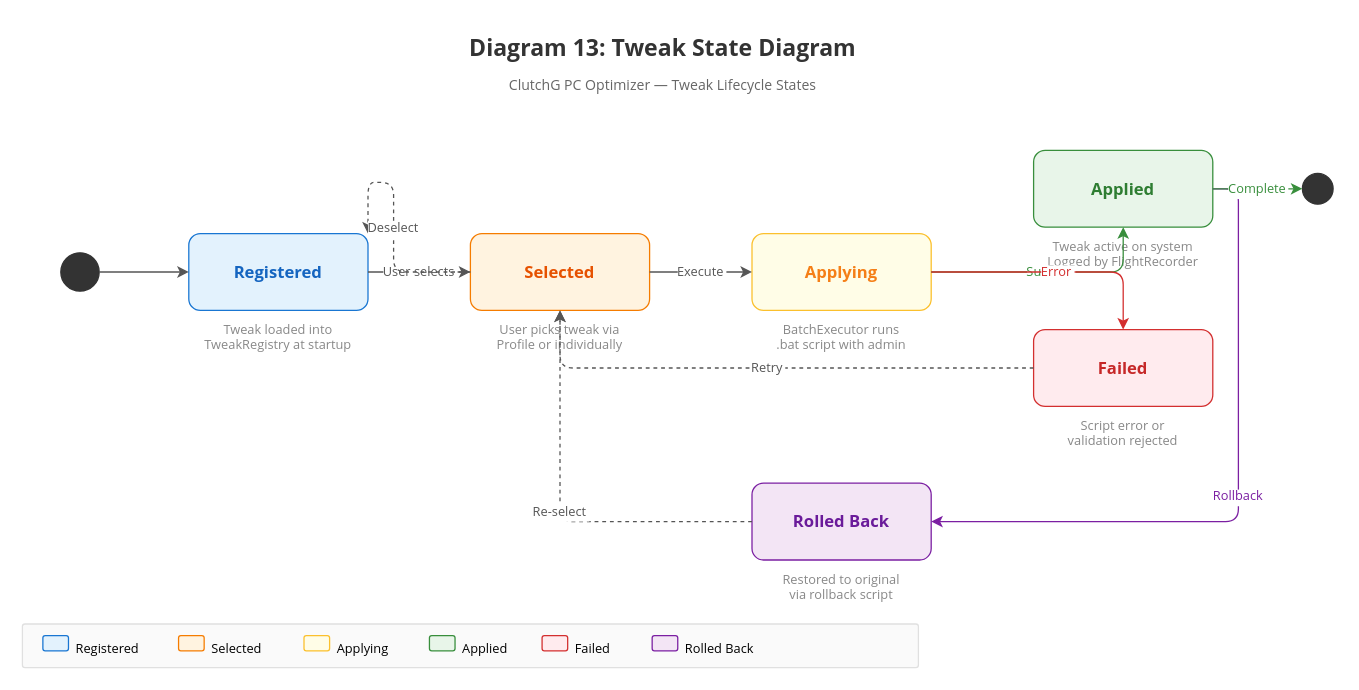
The draw.io diagram docs/diagrams/13-state-diagram.drawio in neckttiie090520/clutchg-pc-optimizer, before the edit. Source tidied: cells renumbered, new cells numbered last; positions are measured from the earlier drawing's top-left corner, leaving out a move shared by most shapes. Both pictures are drawn from the tidied source at 128%, with x=0, y=0 at pixel (22, 22).
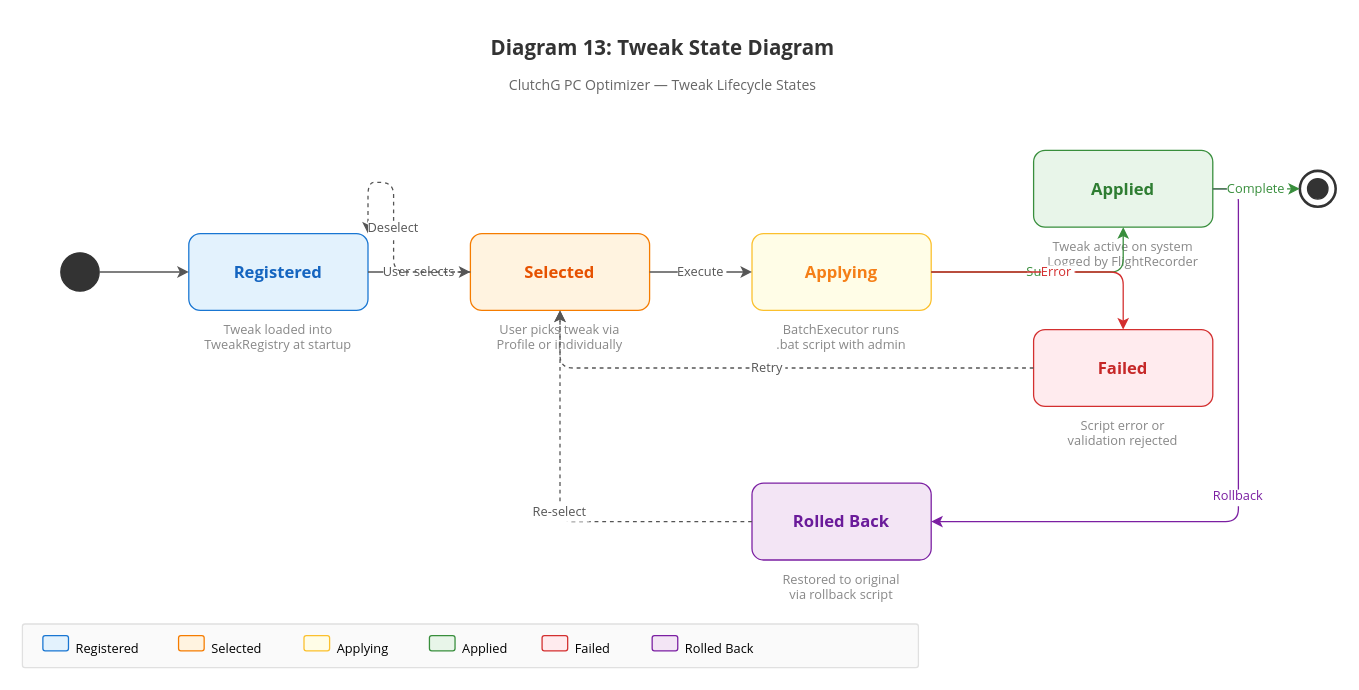
The same diagram, later.

The change refers to these unchanged cells:
```xml
<mxCell id="11" value="Applied" style="rounded=1;whiteSpace=wrap;fillColor=#E8F5E9;strokeColor=#388E3C;fontFamily=Segoe UI;fontSize=13;fontStyle=1;fontColor=#2E7D32;" parent="1" vertex="1">
  <mxGeometry x="790" y="100" width="140" height="60" as="geometry" />
</mxCell>
```

What changed in the source:
```diff
@@
-    <mxCell id="2" value="Diagram 13: Tweak State Diagram" style="text;html=1;fontSize=18;fontStyle=1;fontFamily=Segoe UI;align=center;verticalAlign=middle;fillColor=none;strokeColor=none;fontColor=#333333;" parent="1" vertex="1">
+    <mxCell id="2" value="Diagram 13: Tweak State Diagram" style="text;html=1;fontSize=16;fontStyle=1;fontFamily=Segoe UI;align=center;verticalAlign=middle;fillColor=none;strokeColor=none;fontColor=#333333;" parent="1" vertex="1">
       <mxGeometry x="320" width="360" height="40" as="geometry" />
     </mxCell>
@@
-    <mxCell id="26" style="ellipse;fillColor=#333333;strokeColor=#333333;" parent="1" vertex="1">
-      <mxGeometry x="1000" y="118" width="24" height="24" as="geometry" />
-    </mxCell>
+    <mxCell id="41" style="ellipse;fillColor=#FFFFFF;strokeColor=#333333;strokeWidth=2;" parent="1" vertex="1">
+      <mxGeometry x="998" y="116" width="28" height="28" as="geometry" />
+    </mxCell>
+    <mxCell id="42" style="ellipse;fillColor=#333333;strokeColor=#333333;" parent="1" vertex="1">
+      <mxGeometry x="1004" y="122" width="16" height="16" as="geometry" />
+    </mxCell>
-    <mxCell id="27" value="Complete" style="edgeStyle=orthogonalEdgeStyle;rounded=1;strokeColor=#388E3C;fontFamily=Segoe UI;fontSize=10;fontColor=#388E3C;" parent="1" edge="1" source="11" target="26">
+    <mxCell id="27" value="Complete" style="edgeStyle=orthogonalEdgeStyle;rounded=1;strokeColor=#388E3C;fontFamily=Segoe UI;fontSize=10;fontColor=#388E3C;" parent="1" edge="1" source="11" target="41">
       <mxGeometry relative="1" as="geometry" />
     </mxCell>
```
